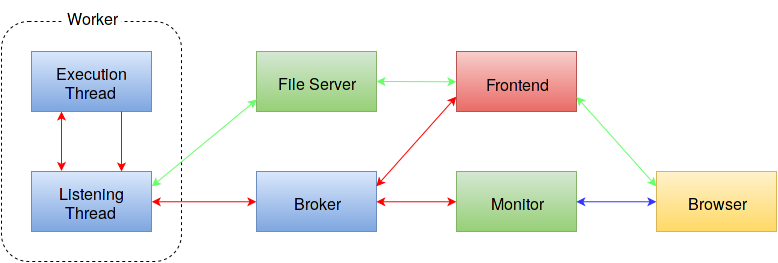
Above: images/Backend_Connections.png in ReCodEx/wiki (draw.io), before the change. Source tidied: cells renumbered, new cells last; positions are measured from the earlier drawing's top-left corner, leaving out a move shared by most shapes. Source of this version:
```xml
<mxGraphModel background="#ffffff">
  <root>
    <mxCell id="0" />
    <mxCell id="1" parent="0" />
    <mxCell id="2" style="whiteSpace=wrap;html=1;rounded=1;dashed=1;fontSize=16;fillColor=none;" parent="1" vertex="1">
      <mxGeometry y="20" width="180" height="240" as="geometry" />
    </mxCell>
    <mxCell id="3" style="whiteSpace=wrap;html=1;rounded=1;fontSize=16;arcSize=0;plain-blue;" parent="1" vertex="1">
      <mxGeometry x="30" y="170" width="120" height="60" as="geometry" />
    </mxCell>
    <mxCell id="4" style="whiteSpace=wrap;html=1;rounded=1;fontSize=16;arcSize=0;plain-blue;" parent="1" vertex="1">
      <mxGeometry x="30" y="50" width="120" height="60" as="geometry" />
    </mxCell>
    <mxCell id="5" style="whiteSpace=wrap;html=1;rounded=1;fontSize=16;arcSize=0;plain-blue;" parent="1" vertex="1">
      <mxGeometry x="255" y="170" width="120" height="60" as="geometry" />
    </mxCell>
    <mxCell id="6" style="whiteSpace=wrap;html=1;rounded=1;fontSize=16;arcSize=0;plain-green;" parent="1" vertex="1">
      <mxGeometry x="255" y="50" width="120" height="60" as="geometry" />
    </mxCell>
    <mxCell id="7" style="whiteSpace=wrap;html=1;rounded=1;fontSize=16;arcSize=0;plain-green;" parent="1" vertex="1">
      <mxGeometry x="455" y="170" width="120" height="60" as="geometry" />
    </mxCell>
    <mxCell id="8" style="whiteSpace=wrap;html=1;rounded=1;fontSize=16;arcSize=0;plain-red;" parent="1" vertex="1">
      <mxGeometry x="455" y="50" width="120" height="60" as="geometry" />
    </mxCell>
    <mxCell id="9" value="Worker" style="text;html=1;strokeColor=none;fillColor=#ffffff;align=center;verticalAlign=middle;whiteSpace=wrap;overflow=hidden;rounded=1;dashed=1;fontSize=16;" parent="1" vertex="1">
      <mxGeometry x="60" width="60" height="30" as="geometry" />
    </mxCell>
    <mxCell id="10" value="File Server&lt;br&gt;" style="text;html=1;strokeColor=none;fillColor=none;align=center;verticalAlign=middle;whiteSpace=wrap;overflow=hidden;rounded=1;fontSize=16;" parent="1" vertex="1">
      <mxGeometry x="255" y="58" width="120" height="45" as="geometry" />
    </mxCell>
    <mxCell id="11" value="Broker" style="text;html=1;strokeColor=none;fillColor=none;align=center;verticalAlign=middle;whiteSpace=wrap;overflow=hidden;rounded=1;fontSize=16;" parent="1" vertex="1">
      <mxGeometry x="275" y="185" width="80" height="30" as="geometry" />
    </mxCell>
    <mxCell id="12" value="Monitor" style="text;html=1;strokeColor=none;fillColor=none;align=center;verticalAlign=middle;whiteSpace=wrap;overflow=hidden;rounded=1;fontSize=16;" parent="1" vertex="1">
      <mxGeometry x="480" y="185" width="70" height="30" as="geometry" />
    </mxCell>
    <mxCell id="13" value="Frontend" style="text;html=1;strokeColor=none;fillColor=none;align=center;verticalAlign=middle;whiteSpace=wrap;overflow=hidden;rounded=1;fontSize=16;" parent="1" vertex="1">
      <mxGeometry x="475" y="61" width="80" height="40" as="geometry" />
    </mxCell>
    <mxCell id="14" value="Listening Thread&lt;br&gt;" style="text;html=1;strokeColor=none;fillColor=none;align=center;verticalAlign=middle;whiteSpace=wrap;overflow=hidden;rounded=1;fontSize=16;" parent="1" vertex="1">
      <mxGeometry x="50" y="170" width="80" height="60" as="geometry" />
    </mxCell>
    <mxCell id="15" value="Execution Thread&lt;br&gt;" style="text;html=1;strokeColor=none;fillColor=none;align=center;verticalAlign=middle;whiteSpace=wrap;overflow=hidden;rounded=1;fontSize=16;" parent="1" vertex="1">
      <mxGeometry x="50" y="50" width="80" height="60" as="geometry" />
    </mxCell>
    <mxCell id="16" style="whiteSpace=wrap;html=1;rounded=1;fontSize=16;arcSize=0;plain-yellow;" parent="1" vertex="1">
      <mxGeometry x="655" y="170" width="120" height="60" as="geometry" />
    </mxCell>
    <mxCell id="17" value="Browser" style="text;html=1;strokeColor=none;fillColor=none;align=center;verticalAlign=middle;whiteSpace=wrap;overflow=hidden;rounded=1;fontSize=16;" parent="1" vertex="1">
      <mxGeometry x="680" y="185" width="70" height="30" as="geometry" />
    </mxCell>
    <mxCell id="18" style="endArrow=classic;startArrow=classic;html=1;fontSize=16;entryX=0;entryY=0.5;exitX=1;exitY=0.5;strokeColor=#3333FF;" parent="1" edge="1" source="7" target="16">
      <mxGeometry relative="1" as="geometry" />
    </mxCell>
    <mxCell id="19" style="endArrow=classic;startArrow=classic;html=1;fontSize=16;exitX=1;exitY=0.75;entryX=0;entryY=0.25;strokeColor=#66FF66;" parent="1" edge="1" source="8" target="16">
      <mxGeometry relative="1" as="geometry" />
    </mxCell>
    <mxCell id="20" style="endArrow=classic;startArrow=classic;html=1;fontSize=16;entryX=0;entryY=0.5;exitX=1;exitY=0.5;strokeColor=#FF0000;" parent="1" edge="1" source="3" target="5">
      <mxGeometry relative="1" as="geometry" />
    </mxCell>
    <mxCell id="21" style="endArrow=classic;startArrow=classic;html=1;fontSize=16;entryX=0.004;entryY=0.889;entryPerimeter=0;exitX=1;exitY=0.25;strokeColor=#66FF66;" parent="1" edge="1" source="3" target="10">
      <mxGeometry relative="1" as="geometry" />
    </mxCell>
    <mxCell id="22" style="endArrow=classic;startArrow=classic;html=1;fontSize=16;entryX=0;entryY=0.75;exitX=1;exitY=0.25;strokeColor=#FF0000;" parent="1" edge="1" source="5" target="8">
      <mxGeometry relative="1" as="geometry" />
    </mxCell>
    <mxCell id="23" style="endArrow=classic;startArrow=classic;html=1;fontSize=16;entryX=0;entryY=0.5;exitX=1;exitY=0.5;strokeColor=#FF0000;" parent="1" edge="1" source="5" target="7">
      <mxGeometry relative="1" as="geometry" />
    </mxCell>
    <mxCell id="24" style="endArrow=classic;startArrow=classic;html=1;fontSize=16;entryX=0;entryY=0.5;strokeColor=#66FF66;" parent="1" edge="1" target="8">
      <mxGeometry relative="1" as="geometry">
        <mxPoint x="375" y="80" as="sourcePoint" />
      </mxGeometry>
    </mxCell>
    <mxCell id="25" style="endArrow=classic;html=1;fontSize=16;entryX=0.75;entryY=0;exitX=0.75;exitY=1;strokeColor=#FF0000;" parent="1" edge="1" source="4" target="3">
      <mxGeometry relative="1" as="geometry" />
    </mxCell>
    <mxCell id="26" style="endArrow=classic;startArrow=classic;html=1;fontSize=16;exitX=0.125;exitY=-0.01;exitPerimeter=0;entryX=0.25;entryY=1;strokeColor=#FF0000;" parent="1" edge="1" source="14" target="4">
      <mxGeometry relative="1" as="geometry" />
    </mxCell>
  </root>
</mxGraphModel>
```
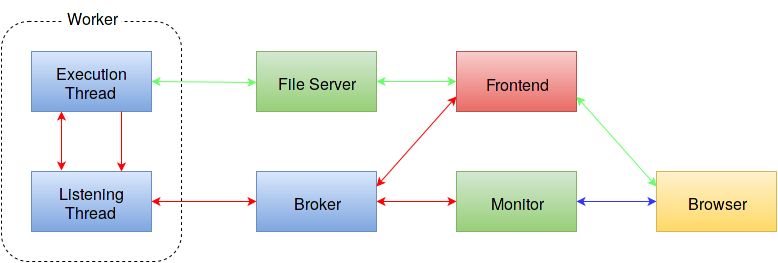
After the change.

Commit message:
Fix worker - fileserver connection

Diff of the diagram source:
```diff
@@ -59,7 +59,7 @@
     <mxCell id="20" style="endArrow=classic;startArrow=classic;html=1;fontSize=16;entryX=0;entryY=0.5;exitX=1;exitY=0.5;strokeColor=#FF0000;" parent="1" edge="1" source="3" target="5">
       <mxGeometry relative="1" as="geometry" />
     </mxCell>
-    <mxCell id="21" style="endArrow=classic;startArrow=classic;html=1;fontSize=16;entryX=0.004;entryY=0.889;entryPerimeter=0;exitX=1;exitY=0.25;strokeColor=#66FF66;" parent="1" edge="1" source="3" target="10">
+    <mxCell id="21" style="endArrow=classic;startArrow=classic;html=1;fontSize=16;entryX=0;entryY=0.5;exitX=1;exitY=0.5;strokeColor=#66FF66;" parent="1" edge="1" source="4" target="10">
       <mxGeometry relative="1" as="geometry" />
     </mxCell>
     <mxCell id="22" style="endArrow=classic;startArrow=classic;html=1;fontSize=16;entryX=0;entryY=0.75;exitX=1;exitY=0.25;strokeColor=#FF0000;" parent="1" edge="1" source="5" target="8">
```
